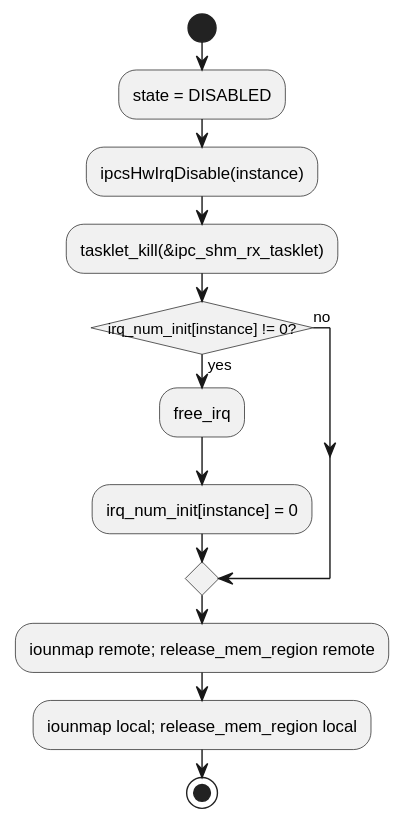
The PlantUML diagram c1_sdd_linux-ipcs/cursor_tmp/flow_svgs/linux_6_3_4_ipcsOsFree.svg in Mastang1/sad_sdd_proj, before a commit.
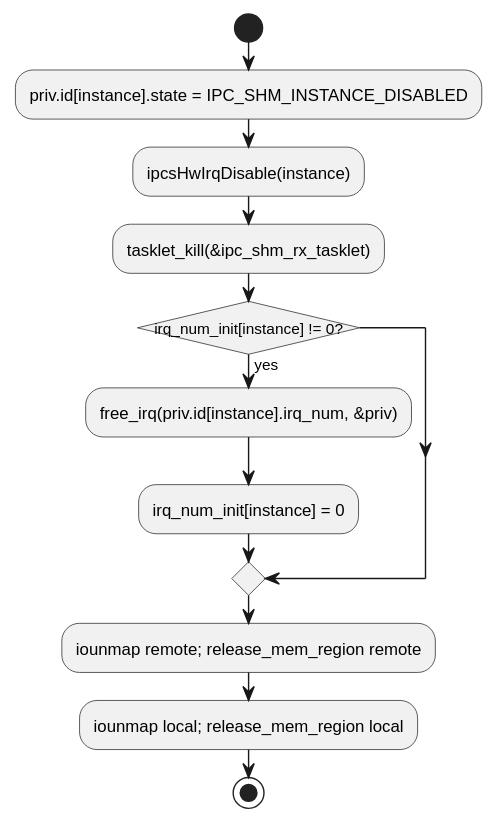
The same diagram one commit later.

Diff of the diagram source:
```diff
@@ -3,13 +3,12 @@
 skinparam conditionStyle insideDiamond
 skinparam linetype ortho
 start
-:state = DISABLED;
+:priv.id[instance].state = IPC_SHM_INSTANCE_DISABLED;
 :ipcsHwIrqDisable(instance);
 :tasklet_kill(&ipc_shm_rx_tasklet);
 if (irq_num_init[instance] != 0?) then (yes)
-  :free_irq;
+  :free_irq(priv.id[instance].irq_num, &priv);
   :irq_num_init[instance] = 0;
-else (no)
 endif
 :iounmap remote; release_mem_region remote;
 :iounmap local; release_mem_region local;
```
